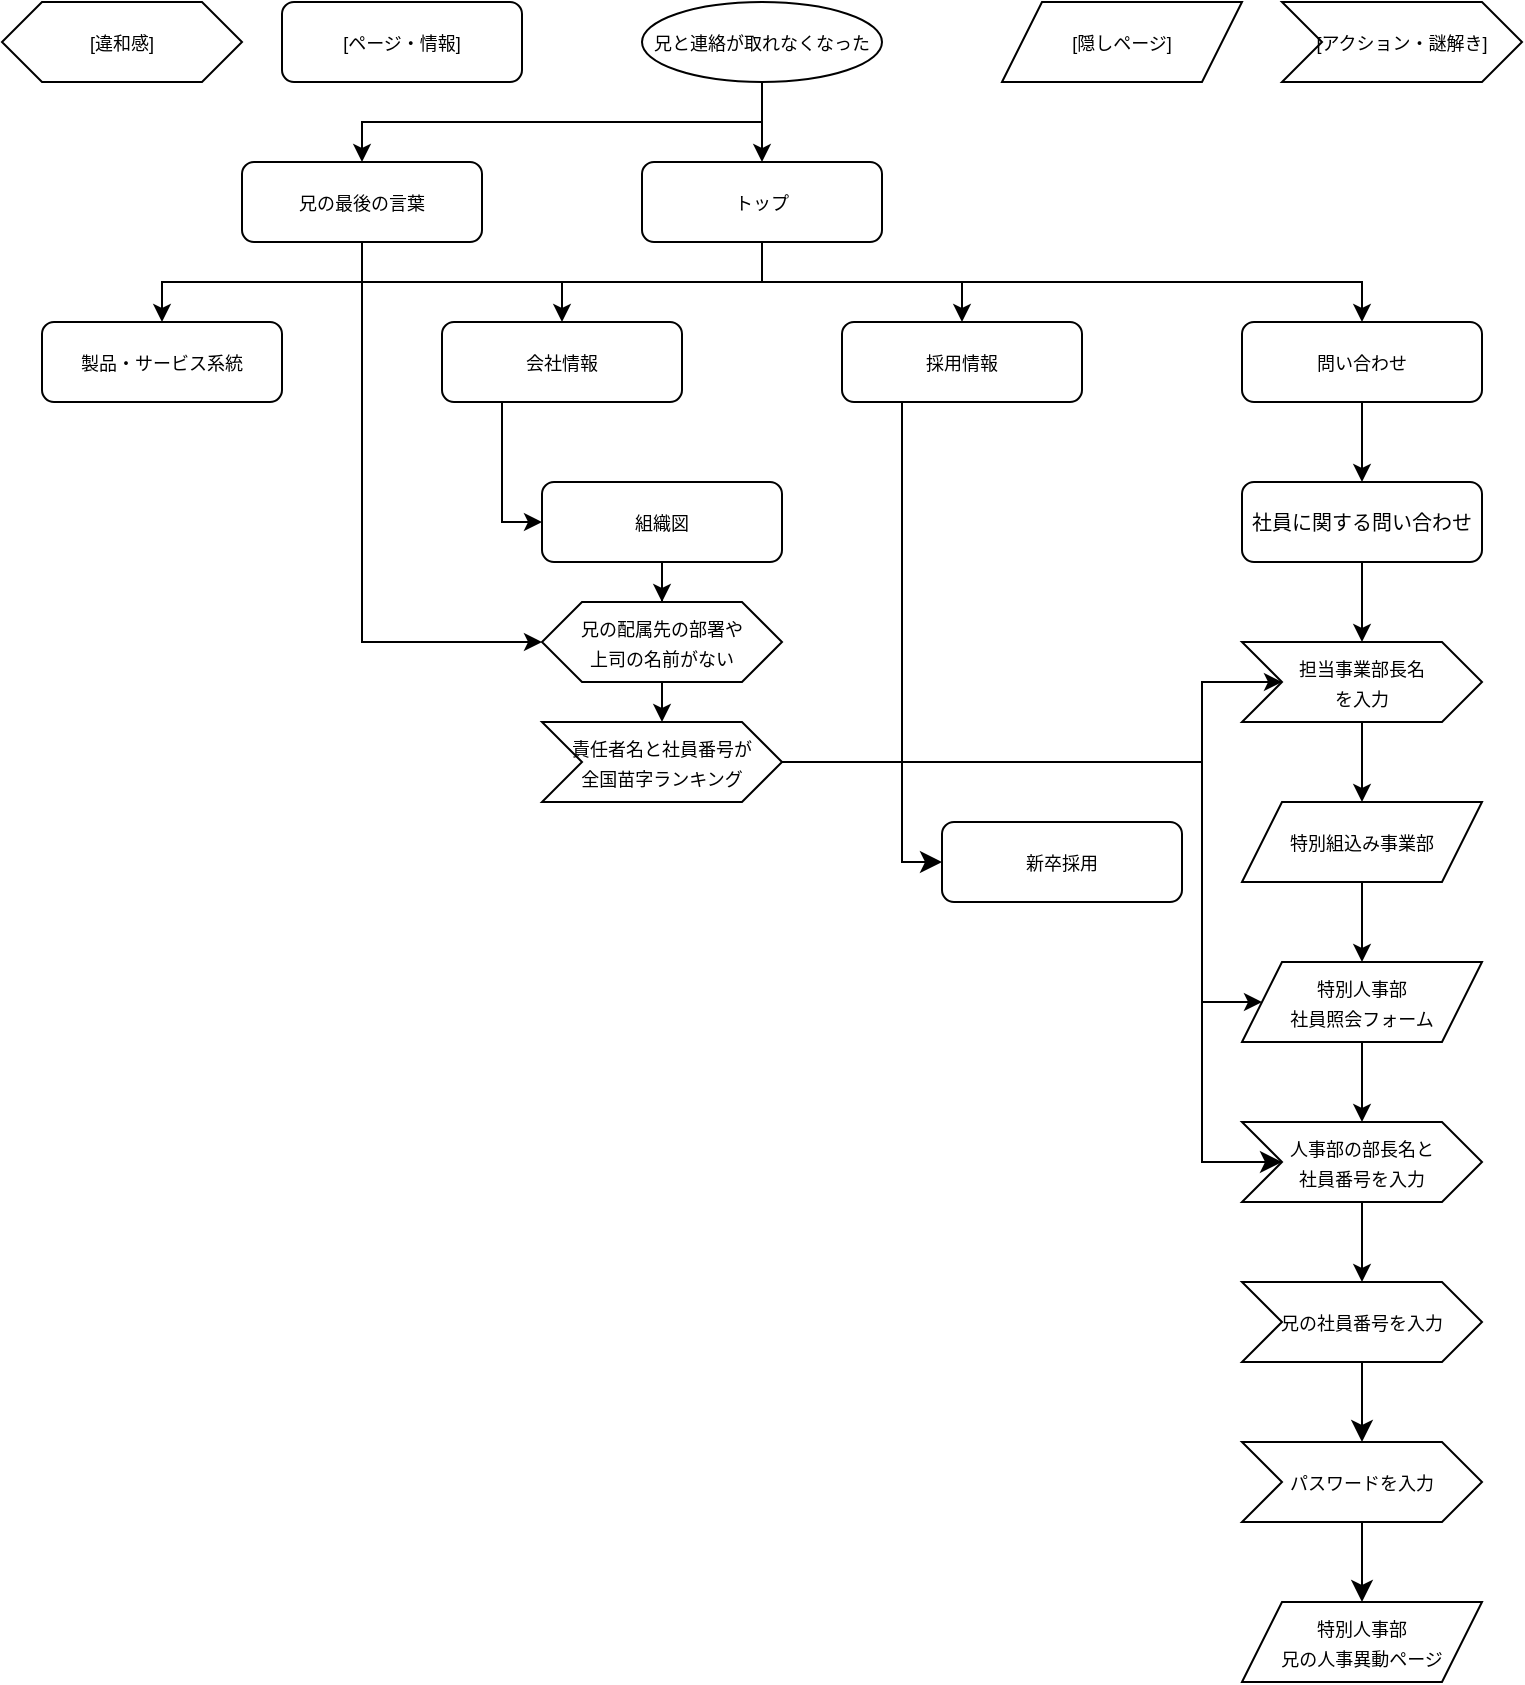
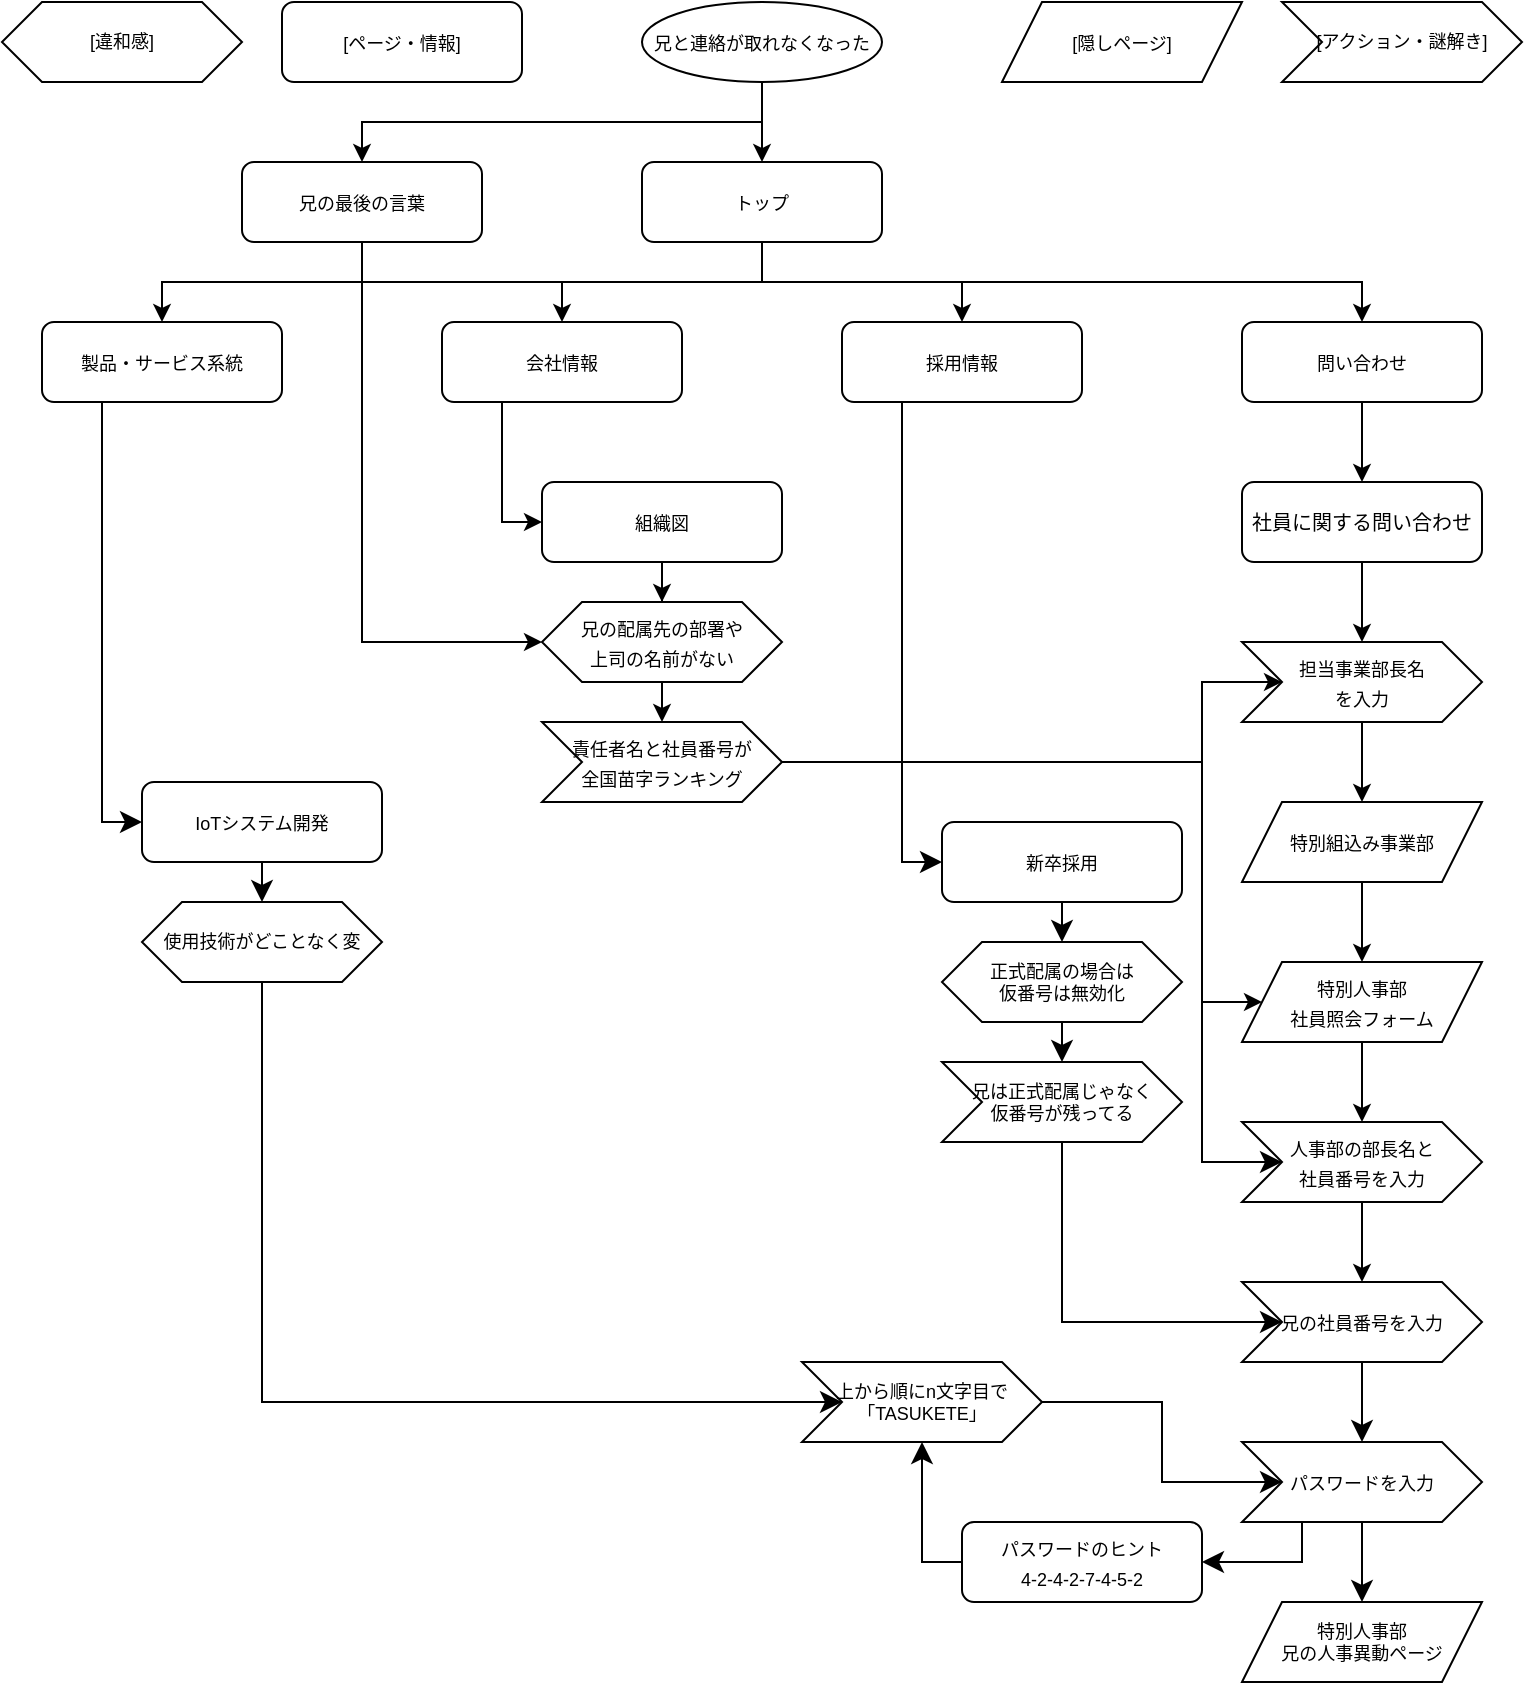
<mxfile host="app.diagrams.net">
  <diagram name="ページ-1" id="SspNnKsi7fuRaBvJYO7E">
    <mxGraphModel dx="824" dy="568" grid="1" gridSize="10" guides="1" tooltips="1" connect="1" arrows="1" fold="1" page="1" pageScale="1" pageWidth="800" pageHeight="1169" math="0" shadow="0">
      <root>
        <mxCell id="0" />
        <mxCell id="1" parent="0" />
        <mxCell id="Oz_Tc0_ftmsHe5I9UQDS-19" edge="1" parent="1" source="Oz_Tc0_ftmsHe5I9UQDS-2" style="edgeStyle=orthogonalEdgeStyle;rounded=0;orthogonalLoop=1;jettySize=auto;html=1;exitX=0.5;exitY=1;exitDx=0;exitDy=0;" target="Oz_Tc0_ftmsHe5I9UQDS-18">
          <mxGeometry relative="1" as="geometry" />
        </mxCell>
        <mxCell id="Oz_Tc0_ftmsHe5I9UQDS-51" edge="1" parent="1" source="Oz_Tc0_ftmsHe5I9UQDS-2" style="edgeStyle=orthogonalEdgeStyle;rounded=0;orthogonalLoop=1;jettySize=auto;html=1;exitX=0.5;exitY=1;exitDx=0;exitDy=0;entryX=0.5;entryY=0;entryDx=0;entryDy=0;" target="Oz_Tc0_ftmsHe5I9UQDS-55">
          <mxGeometry relative="1" as="geometry">
            <mxPoint x="260" y="120" as="targetPoint" />
          </mxGeometry>
        </mxCell>
        <mxCell id="Oz_Tc0_ftmsHe5I9UQDS-2" parent="1" style="ellipse;whiteSpace=wrap;html=1;" value="&lt;font style=&quot;font-size: 9px;&quot;&gt;兄と連絡が取れなくなった&lt;/font&gt;" vertex="1">
          <mxGeometry height="40" width="120" x="340" y="40" as="geometry" />
        </mxCell>
        <mxCell id="Oz_Tc0_ftmsHe5I9UQDS-24" edge="1" parent="1" source="Oz_Tc0_ftmsHe5I9UQDS-18" style="edgeStyle=orthogonalEdgeStyle;rounded=0;orthogonalLoop=1;jettySize=auto;html=1;exitX=0.5;exitY=1;exitDx=0;exitDy=0;entryX=0.5;entryY=0;entryDx=0;entryDy=0;" target="Oz_Tc0_ftmsHe5I9UQDS-23">
          <mxGeometry relative="1" as="geometry" />
        </mxCell>
        <mxCell id="Oz_Tc0_ftmsHe5I9UQDS-44" edge="1" parent="1" source="Oz_Tc0_ftmsHe5I9UQDS-18" style="edgeStyle=orthogonalEdgeStyle;rounded=0;orthogonalLoop=1;jettySize=auto;html=1;exitX=0.5;exitY=1;exitDx=0;exitDy=0;entryX=0.5;entryY=0;entryDx=0;entryDy=0;" target="Oz_Tc0_ftmsHe5I9UQDS-41">
          <mxGeometry relative="1" as="geometry" />
        </mxCell>
        <mxCell id="Oz_Tc0_ftmsHe5I9UQDS-45" edge="1" parent="1" source="Oz_Tc0_ftmsHe5I9UQDS-18" style="edgeStyle=orthogonalEdgeStyle;rounded=0;orthogonalLoop=1;jettySize=auto;html=1;exitX=0.5;exitY=1;exitDx=0;exitDy=0;entryX=0.5;entryY=0;entryDx=0;entryDy=0;" target="Oz_Tc0_ftmsHe5I9UQDS-42">
          <mxGeometry relative="1" as="geometry" />
        </mxCell>
        <mxCell id="Oz_Tc0_ftmsHe5I9UQDS-46" edge="1" parent="1" source="Oz_Tc0_ftmsHe5I9UQDS-18" style="edgeStyle=orthogonalEdgeStyle;rounded=0;orthogonalLoop=1;jettySize=auto;html=1;exitX=0.5;exitY=1;exitDx=0;exitDy=0;" target="Oz_Tc0_ftmsHe5I9UQDS-43">
          <mxGeometry relative="1" as="geometry" />
        </mxCell>
        <mxCell id="Oz_Tc0_ftmsHe5I9UQDS-18" parent="1" style="rounded=1;whiteSpace=wrap;html=1;" value="&lt;font style=&quot;font-size: 9px;&quot;&gt;トップ&lt;/font&gt;" vertex="1">
          <mxGeometry height="40" width="120" x="340" y="120" as="geometry" />
        </mxCell>
        <mxCell id="Oz_Tc0_ftmsHe5I9UQDS-37" edge="1" parent="1" source="Oz_Tc0_ftmsHe5I9UQDS-69" style="edgeStyle=orthogonalEdgeStyle;rounded=0;orthogonalLoop=1;jettySize=auto;html=1;exitX=0.5;exitY=1;exitDx=0;exitDy=0;entryX=0.5;entryY=0;entryDx=0;entryDy=0;" target="Oz_Tc0_ftmsHe5I9UQDS-35">
          <mxGeometry relative="1" as="geometry" />
        </mxCell>
        <mxCell id="Oz_Tc0_ftmsHe5I9UQDS-25" edge="1" parent="1" source="Oz_Tc0_ftmsHe5I9UQDS-23" style="edgeStyle=orthogonalEdgeStyle;rounded=0;orthogonalLoop=1;jettySize=auto;html=1;exitX=0.5;exitY=1;exitDx=0;exitDy=0;entryX=0.5;entryY=0;entryDx=0;entryDy=0;" target="Oz_Tc0_ftmsHe5I9UQDS-69">
          <mxGeometry relative="1" as="geometry" />
        </mxCell>
        <mxCell id="Oz_Tc0_ftmsHe5I9UQDS-23" parent="1" style="rounded=1;whiteSpace=wrap;html=1;" value="&lt;font style=&quot;font-size: 9px;&quot;&gt;問い合わせ&lt;/font&gt;" vertex="1">
          <mxGeometry height="40" width="120" x="640" y="200" as="geometry" />
        </mxCell>
        <mxCell id="Oz_Tc0_ftmsHe5I9UQDS-27" parent="1" style="rounded=1;whiteSpace=wrap;html=1;" value="&lt;font style=&quot;font-size: 9px;&quot;&gt;[ページ・情報]&lt;/font&gt;" vertex="1">
          <mxGeometry height="40" width="120" x="160" y="40" as="geometry" />
        </mxCell>
-         <mxCell id="Oz_Tc0_ftmsHe5I9UQDS-29" parent="1" style="shape=hexagon;perimeter=hexagonPerimeter2;whiteSpace=wrap;html=1;fixedSize=1;" value="&lt;font style=&quot;font-size: 9px;&quot;&gt;[違和感]&lt;/font&gt;" vertex="1">
+         <mxCell id="Oz_Tc0_ftmsHe5I9UQDS-29" parent="1" style="shape=hexagon;perimeter=hexagonPerimeter2;whiteSpace=wrap;html=1;fixedSize=1;fontSize=9;" value="&lt;font&gt;[違和感]&lt;/font&gt;" vertex="1">
          <mxGeometry height="40" width="120" x="20" y="40" as="geometry" />
        </mxCell>
        <mxCell id="Oz_Tc0_ftmsHe5I9UQDS-31" parent="1" style="shape=parallelogram;perimeter=parallelogramPerimeter;whiteSpace=wrap;html=1;fixedSize=1;" value="&lt;font style=&quot;font-size: 9px;&quot;&gt;[隠しページ]&lt;/font&gt;" vertex="1">
          <mxGeometry height="40" width="120" x="520" y="40" as="geometry" />
        </mxCell>
-         <mxCell id="Oz_Tc0_ftmsHe5I9UQDS-34" parent="1" style="shape=step;perimeter=stepPerimeter;whiteSpace=wrap;html=1;fixedSize=1;" value="&lt;font style=&quot;font-size: 9px;&quot;&gt;[アクション・謎解き]&lt;/font&gt;" vertex="1">
+         <mxCell id="Oz_Tc0_ftmsHe5I9UQDS-34" parent="1" style="shape=step;perimeter=stepPerimeter;whiteSpace=wrap;html=1;fixedSize=1;fontSize=9;" value="&lt;font&gt;[アクション・謎解き]&lt;/font&gt;" vertex="1">
          <mxGeometry height="40" width="120" x="660" y="40" as="geometry" />
        </mxCell>
        <mxCell id="Oz_Tc0_ftmsHe5I9UQDS-39" edge="1" parent="1" source="Oz_Tc0_ftmsHe5I9UQDS-35" style="edgeStyle=orthogonalEdgeStyle;rounded=0;orthogonalLoop=1;jettySize=auto;html=1;exitX=0.5;exitY=1;exitDx=0;exitDy=0;entryX=0.5;entryY=0;entryDx=0;entryDy=0;" target="Oz_Tc0_ftmsHe5I9UQDS-38">
          <mxGeometry relative="1" as="geometry" />
        </mxCell>
        <mxCell id="Oz_Tc0_ftmsHe5I9UQDS-35" parent="1" style="shape=step;perimeter=stepPerimeter;whiteSpace=wrap;html=1;fixedSize=1;" value="&lt;font style=&quot;font-size: 9px;&quot;&gt;担当事業部長名&lt;/font&gt;&lt;div&gt;&lt;span style=&quot;font-size: 9px; background-color: transparent; color: light-dark(rgb(0, 0, 0), rgb(255, 255, 255));&quot;&gt;を入力&lt;/span&gt;&lt;/div&gt;" vertex="1">
          <mxGeometry height="40" width="120" x="640" y="360" as="geometry" />
        </mxCell>
        <mxCell id="yNmSESkKe9NjBtatHqW6-9" edge="1" parent="1" source="Oz_Tc0_ftmsHe5I9UQDS-38" style="edgeStyle=orthogonalEdgeStyle;rounded=0;orthogonalLoop=1;jettySize=auto;html=1;exitX=0.5;exitY=1;exitDx=0;exitDy=0;" target="yNmSESkKe9NjBtatHqW6-6">
          <mxGeometry relative="1" as="geometry" />
        </mxCell>
        <mxCell id="Oz_Tc0_ftmsHe5I9UQDS-38" parent="1" style="shape=parallelogram;perimeter=parallelogramPerimeter;whiteSpace=wrap;html=1;fixedSize=1;" value="&lt;font style=&quot;font-size: 9px;&quot;&gt;特別組込み事業部&lt;/font&gt;" vertex="1">
          <mxGeometry height="40" width="120" x="640" y="440" as="geometry" />
        </mxCell>
        <mxCell id="8jVOORBlu2fCqjkz3l5s-9" edge="1" parent="1" source="Oz_Tc0_ftmsHe5I9UQDS-41" style="edgeStyle=none;curved=0;rounded=0;orthogonalLoop=1;jettySize=auto;html=1;exitX=0.25;exitY=1;exitDx=0;exitDy=0;entryX=0;entryY=0.5;entryDx=0;entryDy=0;fontSize=12;startSize=8;endSize=8;" target="8jVOORBlu2fCqjkz3l5s-8">
          <mxGeometry relative="1" as="geometry">
            <Array as="points">
              <mxPoint x="470" y="470" />
            </Array>
          </mxGeometry>
        </mxCell>
        <mxCell id="Oz_Tc0_ftmsHe5I9UQDS-41" parent="1" style="rounded=1;whiteSpace=wrap;html=1;" value="&lt;font style=&quot;font-size: 9px;&quot;&gt;採用情報&lt;/font&gt;" vertex="1">
          <mxGeometry height="40" width="120" x="440" y="200" as="geometry" />
        </mxCell>
        <mxCell id="Oz_Tc0_ftmsHe5I9UQDS-48" edge="1" parent="1" source="Oz_Tc0_ftmsHe5I9UQDS-42" style="edgeStyle=orthogonalEdgeStyle;rounded=0;orthogonalLoop=1;jettySize=auto;html=1;exitX=0.25;exitY=1;exitDx=0;exitDy=0;entryX=0;entryY=0.5;entryDx=0;entryDy=0;" target="Oz_Tc0_ftmsHe5I9UQDS-47">
          <mxGeometry relative="1" as="geometry" />
        </mxCell>
        <mxCell id="Oz_Tc0_ftmsHe5I9UQDS-42" parent="1" style="rounded=1;whiteSpace=wrap;html=1;" value="&lt;font style=&quot;font-size: 9px;&quot;&gt;会社情報&lt;/font&gt;" vertex="1">
          <mxGeometry height="40" width="120" x="240" y="200" as="geometry" />
        </mxCell>
+         <mxCell id="8jVOORBlu2fCqjkz3l5s-18" edge="1" parent="1" source="Oz_Tc0_ftmsHe5I9UQDS-43" style="edgeStyle=none;curved=0;rounded=0;orthogonalLoop=1;jettySize=auto;html=1;exitX=0.25;exitY=1;exitDx=0;exitDy=0;fontSize=12;startSize=8;endSize=8;" target="8jVOORBlu2fCqjkz3l5s-16">
+           <mxGeometry relative="1" as="geometry">
+             <Array as="points">
+               <mxPoint x="70" y="450" />
+             </Array>
+           </mxGeometry>
+         </mxCell>
        <mxCell id="Oz_Tc0_ftmsHe5I9UQDS-43" parent="1" style="rounded=1;whiteSpace=wrap;html=1;" value="&lt;font style=&quot;font-size: 9px;&quot;&gt;製品・サービス系統&lt;/font&gt;" vertex="1">
          <mxGeometry height="40" width="120" x="40" y="200" as="geometry" />
        </mxCell>
        <mxCell id="Oz_Tc0_ftmsHe5I9UQDS-62" edge="1" parent="1" source="Oz_Tc0_ftmsHe5I9UQDS-47" style="edgeStyle=orthogonalEdgeStyle;rounded=0;orthogonalLoop=1;jettySize=auto;html=1;exitX=0.5;exitY=1;exitDx=0;exitDy=0;" target="Oz_Tc0_ftmsHe5I9UQDS-49">
          <mxGeometry relative="1" as="geometry" />
        </mxCell>
        <mxCell id="Oz_Tc0_ftmsHe5I9UQDS-47" parent="1" style="rounded=1;whiteSpace=wrap;html=1;" value="&lt;font style=&quot;font-size: 9px;&quot;&gt;組織図&lt;/font&gt;" vertex="1">
          <mxGeometry height="40" width="120" x="290" y="280" as="geometry" />
        </mxCell>
        <mxCell id="Oz_Tc0_ftmsHe5I9UQDS-64" edge="1" parent="1" source="Oz_Tc0_ftmsHe5I9UQDS-49" style="edgeStyle=orthogonalEdgeStyle;rounded=0;orthogonalLoop=1;jettySize=auto;html=1;exitX=0.5;exitY=1;exitDx=0;exitDy=0;entryX=0.5;entryY=0;entryDx=0;entryDy=0;" target="Oz_Tc0_ftmsHe5I9UQDS-63">
          <mxGeometry relative="1" as="geometry" />
        </mxCell>
        <mxCell id="Oz_Tc0_ftmsHe5I9UQDS-49" parent="1" style="shape=hexagon;perimeter=hexagonPerimeter2;whiteSpace=wrap;html=1;fixedSize=1;" value="&lt;font style=&quot;font-size: 9px;&quot;&gt;兄の配属先の&lt;/font&gt;&lt;font style=&quot;background-color: transparent; color: light-dark(rgb(0, 0, 0), rgb(255, 255, 255)); font-size: 9px;&quot;&gt;部署や&lt;/font&gt;&lt;div&gt;&lt;font style=&quot;background-color: transparent; color: light-dark(rgb(0, 0, 0), rgb(255, 255, 255)); font-size: 9px;&quot;&gt;上司の&lt;/font&gt;&lt;span style=&quot;background-color: transparent; color: light-dark(rgb(0, 0, 0), rgb(255, 255, 255)); font-size: 9px;&quot;&gt;名前がない&lt;/span&gt;&lt;/div&gt;" vertex="1">
          <mxGeometry height="40" width="120" x="290" y="340" as="geometry" />
        </mxCell>
        <mxCell id="Oz_Tc0_ftmsHe5I9UQDS-57" edge="1" parent="1" source="Oz_Tc0_ftmsHe5I9UQDS-55" style="edgeStyle=orthogonalEdgeStyle;rounded=0;orthogonalLoop=1;jettySize=auto;html=1;exitX=0.5;exitY=1;exitDx=0;exitDy=0;entryX=0;entryY=0.5;entryDx=0;entryDy=0;" target="Oz_Tc0_ftmsHe5I9UQDS-49">
          <mxGeometry relative="1" as="geometry" />
        </mxCell>
        <mxCell id="Oz_Tc0_ftmsHe5I9UQDS-55" parent="1" style="rounded=1;whiteSpace=wrap;html=1;" value="&lt;font style=&quot;font-size: 9px;&quot;&gt;兄の最後の言葉&lt;/font&gt;" vertex="1">
          <mxGeometry height="40" width="120" x="140" y="120" as="geometry" />
        </mxCell>
        <mxCell id="Oz_Tc0_ftmsHe5I9UQDS-65" edge="1" parent="1" source="Oz_Tc0_ftmsHe5I9UQDS-63" style="edgeStyle=orthogonalEdgeStyle;rounded=0;orthogonalLoop=1;jettySize=auto;html=1;exitX=1;exitY=0.5;exitDx=0;exitDy=0;entryX=0;entryY=0.5;entryDx=0;entryDy=0;" target="Oz_Tc0_ftmsHe5I9UQDS-35">
          <mxGeometry relative="1" as="geometry">
            <Array as="points">
              <mxPoint x="620" y="420" />
              <mxPoint x="620" y="380" />
            </Array>
          </mxGeometry>
        </mxCell>
        <mxCell id="yNmSESkKe9NjBtatHqW6-3" edge="1" parent="1" source="Oz_Tc0_ftmsHe5I9UQDS-63" style="edgeStyle=orthogonalEdgeStyle;rounded=0;orthogonalLoop=1;jettySize=auto;html=1;exitX=1;exitY=0.5;exitDx=0;exitDy=0;entryX=0;entryY=0.5;entryDx=0;entryDy=0;" target="yNmSESkKe9NjBtatHqW6-6">
          <mxGeometry relative="1" as="geometry">
            <Array as="points">
              <mxPoint x="620" y="420" />
              <mxPoint x="620" y="540" />
            </Array>
            <mxPoint x="660" y="540" as="targetPoint" />
          </mxGeometry>
        </mxCell>
        <mxCell id="8jVOORBlu2fCqjkz3l5s-7" edge="1" parent="1" source="Oz_Tc0_ftmsHe5I9UQDS-63" style="edgeStyle=none;curved=0;rounded=0;orthogonalLoop=1;jettySize=auto;html=1;exitX=1;exitY=0.5;exitDx=0;exitDy=0;entryX=0;entryY=0.5;entryDx=0;entryDy=0;fontSize=12;startSize=8;endSize=8;strokeColor=default;" target="yNmSESkKe9NjBtatHqW6-10">
          <mxGeometry relative="1" as="geometry">
            <Array as="points">
              <mxPoint x="620" y="420" />
              <mxPoint x="620" y="620" />
            </Array>
          </mxGeometry>
        </mxCell>
        <mxCell id="Oz_Tc0_ftmsHe5I9UQDS-63" parent="1" style="shape=step;perimeter=stepPerimeter;whiteSpace=wrap;html=1;fixedSize=1;" value="&lt;font style=&quot;font-size: 9px;&quot;&gt;責任者名と社員番号が&lt;/font&gt;&lt;div&gt;&lt;div&gt;&lt;font style=&quot;font-size: 9px;&quot;&gt;全国苗字ランキング&lt;/font&gt;&lt;/div&gt;&lt;/div&gt;" vertex="1">
          <mxGeometry height="40" width="120" x="290" y="400" as="geometry" />
        </mxCell>
        <mxCell id="Oz_Tc0_ftmsHe5I9UQDS-69" parent="1" style="rounded=1;whiteSpace=wrap;html=1;" value="&lt;font size=&quot;1&quot;&gt;社員に関する問い合わせ&lt;/font&gt;" vertex="1">
          <mxGeometry height="40" width="120" x="640" y="280" as="geometry" />
        </mxCell>
        <mxCell id="yNmSESkKe9NjBtatHqW6-11" edge="1" parent="1" source="yNmSESkKe9NjBtatHqW6-6" style="edgeStyle=orthogonalEdgeStyle;rounded=0;orthogonalLoop=1;jettySize=auto;html=1;exitX=0.5;exitY=1;exitDx=0;exitDy=0;entryX=0.5;entryY=0;entryDx=0;entryDy=0;" target="yNmSESkKe9NjBtatHqW6-10">
          <mxGeometry relative="1" as="geometry" />
        </mxCell>
        <mxCell id="yNmSESkKe9NjBtatHqW6-6" parent="1" style="shape=parallelogram;perimeter=parallelogramPerimeter;whiteSpace=wrap;html=1;fixedSize=1;" value="&lt;font style=&quot;font-size: 9px;&quot;&gt;特別人事部&lt;/font&gt;&lt;div&gt;&lt;font style=&quot;font-size: 9px;&quot;&gt;社員照会フォーム&lt;/font&gt;&lt;/div&gt;" vertex="1">
          <mxGeometry height="40" width="120" x="640" y="520" as="geometry" />
        </mxCell>
        <mxCell id="yNmSESkKe9NjBtatHqW6-13" edge="1" parent="1" source="yNmSESkKe9NjBtatHqW6-10" style="edgeStyle=orthogonalEdgeStyle;rounded=0;orthogonalLoop=1;jettySize=auto;html=1;exitX=0.5;exitY=1;exitDx=0;exitDy=0;entryX=0.5;entryY=0;entryDx=0;entryDy=0;" target="yNmSESkKe9NjBtatHqW6-12">
          <mxGeometry relative="1" as="geometry" />
        </mxCell>
        <mxCell id="yNmSESkKe9NjBtatHqW6-10" parent="1" style="shape=step;perimeter=stepPerimeter;whiteSpace=wrap;html=1;fixedSize=1;" value="&lt;font style=&quot;font-size: 9px;&quot;&gt;人事部の部長名と&lt;/font&gt;&lt;div&gt;&lt;font style=&quot;font-size: 9px;&quot;&gt;社員番号を入力&lt;/font&gt;&lt;/div&gt;" vertex="1">
          <mxGeometry height="40" width="120" x="640" y="600" as="geometry" />
        </mxCell>
        <mxCell id="8jVOORBlu2fCqjkz3l5s-2" edge="1" parent="1" source="yNmSESkKe9NjBtatHqW6-12" style="edgeStyle=none;curved=1;rounded=0;orthogonalLoop=1;jettySize=auto;html=1;exitX=0.5;exitY=1;exitDx=0;exitDy=0;entryX=0.5;entryY=0;entryDx=0;entryDy=0;fontSize=12;startSize=8;endSize=8;" target="8jVOORBlu2fCqjkz3l5s-1">
          <mxGeometry relative="1" as="geometry" />
        </mxCell>
        <mxCell id="yNmSESkKe9NjBtatHqW6-12" parent="1" style="shape=step;perimeter=stepPerimeter;whiteSpace=wrap;html=1;fixedSize=1;" value="&lt;font style=&quot;font-size: 9px;&quot;&gt;兄の社員番号を入力&lt;/font&gt;" vertex="1">
          <mxGeometry height="40" width="120" x="640" y="680" as="geometry" />
        </mxCell>
        <mxCell id="8jVOORBlu2fCqjkz3l5s-4" edge="1" parent="1" source="8jVOORBlu2fCqjkz3l5s-1" style="edgeStyle=none;curved=1;rounded=0;orthogonalLoop=1;jettySize=auto;html=1;exitX=0.5;exitY=1;exitDx=0;exitDy=0;entryX=0.5;entryY=0;entryDx=0;entryDy=0;fontSize=12;startSize=8;endSize=8;" target="8jVOORBlu2fCqjkz3l5s-3">
          <mxGeometry relative="1" as="geometry" />
        </mxCell>
+         <mxCell id="8jVOORBlu2fCqjkz3l5s-22" edge="1" parent="1" source="8jVOORBlu2fCqjkz3l5s-1" style="edgeStyle=none;curved=0;rounded=0;orthogonalLoop=1;jettySize=auto;html=1;exitX=0.25;exitY=1;exitDx=0;exitDy=0;entryX=1;entryY=0.5;entryDx=0;entryDy=0;fontSize=12;startSize=8;endSize=8;">
+           <mxGeometry relative="1" as="geometry">
+             <Array as="points">
+               <mxPoint x="670" y="820" />
+             </Array>
+             <mxPoint x="620" y="820" as="targetPoint" />
+           </mxGeometry>
+         </mxCell>
        <mxCell id="8jVOORBlu2fCqjkz3l5s-1" parent="1" style="shape=step;perimeter=stepPerimeter;whiteSpace=wrap;html=1;fixedSize=1;" value="&lt;font style=&quot;font-size: 9px;&quot;&gt;パスワードを入力&lt;/font&gt;" vertex="1">
          <mxGeometry height="40" width="120" x="640" y="760" as="geometry" />
        </mxCell>
-         <mxCell id="8jVOORBlu2fCqjkz3l5s-3" parent="1" style="shape=parallelogram;perimeter=parallelogramPerimeter;whiteSpace=wrap;html=1;fixedSize=1;" value="&lt;font style=&quot;font-size: 9px;&quot;&gt;特別人事部&lt;/font&gt;&lt;div&gt;&lt;font style=&quot;font-size: 9px;&quot;&gt;兄の人事異動ページ&lt;/font&gt;&lt;/div&gt;" vertex="1">
+         <mxCell id="8jVOORBlu2fCqjkz3l5s-3" parent="1" style="shape=parallelogram;perimeter=parallelogramPerimeter;whiteSpace=wrap;html=1;fixedSize=1;fontSize=9;" value="&lt;font&gt;特別人事部&lt;/font&gt;&lt;div&gt;&lt;font&gt;兄の人事異動ページ&lt;/font&gt;&lt;/div&gt;" vertex="1">
          <mxGeometry height="40" width="120" x="640" y="840" as="geometry" />
+         </mxCell>
+         <mxCell id="8jVOORBlu2fCqjkz3l5s-12" edge="1" parent="1" source="8jVOORBlu2fCqjkz3l5s-8" style="edgeStyle=none;curved=1;rounded=0;orthogonalLoop=1;jettySize=auto;html=1;exitX=0.5;exitY=1;exitDx=0;exitDy=0;entryX=0.5;entryY=0;entryDx=0;entryDy=0;fontSize=12;startSize=8;endSize=8;" target="8jVOORBlu2fCqjkz3l5s-10">
+           <mxGeometry relative="1" as="geometry" />
        </mxCell>
        <mxCell id="8jVOORBlu2fCqjkz3l5s-8" parent="1" style="rounded=1;whiteSpace=wrap;html=1;" value="&lt;font style=&quot;font-size: 9px;&quot;&gt;新卒採用&lt;/font&gt;" vertex="1">
          <mxGeometry height="40" width="120" x="490" y="450" as="geometry" />
+         </mxCell>
+         <mxCell id="8jVOORBlu2fCqjkz3l5s-14" edge="1" parent="1" source="8jVOORBlu2fCqjkz3l5s-10" style="edgeStyle=none;curved=1;rounded=0;orthogonalLoop=1;jettySize=auto;html=1;exitX=0.5;exitY=1;exitDx=0;exitDy=0;entryX=0.5;entryY=0;entryDx=0;entryDy=0;fontSize=12;startSize=8;endSize=8;" target="8jVOORBlu2fCqjkz3l5s-13">
+           <mxGeometry relative="1" as="geometry" />
+         </mxCell>
+         <mxCell id="8jVOORBlu2fCqjkz3l5s-10" parent="1" style="shape=hexagon;perimeter=hexagonPerimeter2;whiteSpace=wrap;html=1;fixedSize=1;fontSize=9;" value="&lt;font&gt;正式配属の場合は&lt;/font&gt;&lt;div&gt;&lt;font&gt;仮番号は無効化&lt;/font&gt;&lt;/div&gt;" vertex="1">
+           <mxGeometry height="40" width="120" x="490" y="510" as="geometry" />
+         </mxCell>
+         <mxCell id="8jVOORBlu2fCqjkz3l5s-15" edge="1" parent="1" source="8jVOORBlu2fCqjkz3l5s-13" style="edgeStyle=none;curved=0;rounded=0;orthogonalLoop=1;jettySize=auto;html=1;exitX=0.5;exitY=1;exitDx=0;exitDy=0;entryX=0;entryY=0.5;entryDx=0;entryDy=0;fontSize=12;startSize=8;endSize=8;" target="yNmSESkKe9NjBtatHqW6-12">
+           <mxGeometry relative="1" as="geometry">
+             <Array as="points">
+               <mxPoint x="550" y="700" />
+             </Array>
+           </mxGeometry>
+         </mxCell>
+         <mxCell id="8jVOORBlu2fCqjkz3l5s-13" parent="1" style="shape=step;perimeter=stepPerimeter;whiteSpace=wrap;html=1;fixedSize=1;fontSize=9;" value="&lt;font&gt;兄は正式配属じゃなく&lt;/font&gt;&lt;div&gt;&lt;font&gt;仮番号が残ってる&lt;/font&gt;&lt;/div&gt;" vertex="1">
+           <mxGeometry height="40" width="120" x="490" y="570" as="geometry" />
+         </mxCell>
+         <mxCell id="8jVOORBlu2fCqjkz3l5s-20" edge="1" parent="1" source="8jVOORBlu2fCqjkz3l5s-16" style="edgeStyle=none;curved=1;rounded=0;orthogonalLoop=1;jettySize=auto;html=1;exitX=0.5;exitY=1;exitDx=0;exitDy=0;entryX=0.5;entryY=0;entryDx=0;entryDy=0;fontSize=12;startSize=8;endSize=8;" target="8jVOORBlu2fCqjkz3l5s-19">
+           <mxGeometry relative="1" as="geometry" />
+         </mxCell>
+         <mxCell id="8jVOORBlu2fCqjkz3l5s-16" parent="1" style="rounded=1;whiteSpace=wrap;html=1;" value="&lt;font style=&quot;font-size: 9px;&quot;&gt;IoTシステム開発&lt;/font&gt;" vertex="1">
+           <mxGeometry height="40" width="120" x="90" y="430" as="geometry" />
+         </mxCell>
+         <mxCell id="8jVOORBlu2fCqjkz3l5s-26" edge="1" parent="1" source="8jVOORBlu2fCqjkz3l5s-19" style="edgeStyle=none;curved=0;rounded=0;orthogonalLoop=1;jettySize=auto;html=1;exitX=0.5;exitY=1;exitDx=0;exitDy=0;entryX=0;entryY=0.5;entryDx=0;entryDy=0;fontSize=12;startSize=8;endSize=8;" target="8jVOORBlu2fCqjkz3l5s-23">
+           <mxGeometry relative="1" as="geometry">
+             <Array as="points">
+               <mxPoint x="150" y="740" />
+             </Array>
+           </mxGeometry>
+         </mxCell>
+         <mxCell id="8jVOORBlu2fCqjkz3l5s-19" parent="1" style="shape=hexagon;perimeter=hexagonPerimeter2;whiteSpace=wrap;html=1;fixedSize=1;fontSize=9;" value="&lt;font&gt;使用技術がどことなく&lt;/font&gt;&lt;span style=&quot;background-color: transparent; color: light-dark(rgb(0, 0, 0), rgb(255, 255, 255));&quot;&gt;変&lt;/span&gt;" vertex="1">
+           <mxGeometry height="40" width="120" x="90" y="490" as="geometry" />
+         </mxCell>
+         <mxCell id="8jVOORBlu2fCqjkz3l5s-25" edge="1" parent="1" source="8jVOORBlu2fCqjkz3l5s-23" style="edgeStyle=none;curved=0;rounded=0;orthogonalLoop=1;jettySize=auto;html=1;exitX=1;exitY=0.5;exitDx=0;exitDy=0;entryX=0;entryY=0.5;entryDx=0;entryDy=0;fontSize=12;startSize=8;endSize=8;" target="8jVOORBlu2fCqjkz3l5s-1">
+           <mxGeometry relative="1" as="geometry">
+             <Array as="points">
+               <mxPoint x="600" y="740" />
+               <mxPoint x="600" y="780" />
+             </Array>
+           </mxGeometry>
+         </mxCell>
+         <mxCell id="8jVOORBlu2fCqjkz3l5s-23" parent="1" style="shape=step;perimeter=stepPerimeter;whiteSpace=wrap;html=1;fixedSize=1;fontSize=9;" value="&lt;font&gt;上から順にn文字目で&lt;/font&gt;&lt;div&gt;&lt;font&gt;「TASUKETE」&lt;/font&gt;&lt;/div&gt;" vertex="1">
+           <mxGeometry height="40" width="120" x="420" y="720" as="geometry" />
+         </mxCell>
+         <mxCell id="8jVOORBlu2fCqjkz3l5s-24" edge="1" parent="1" style="edgeStyle=none;curved=0;rounded=0;orthogonalLoop=1;jettySize=auto;html=1;exitX=0;exitY=0.5;exitDx=0;exitDy=0;entryX=0.5;entryY=1;entryDx=0;entryDy=0;fontSize=12;startSize=8;endSize=8;" target="8jVOORBlu2fCqjkz3l5s-23">
+           <mxGeometry relative="1" as="geometry">
+             <Array as="points">
+               <mxPoint x="480" y="820" />
+             </Array>
+             <mxPoint x="500" y="820" as="sourcePoint" />
+           </mxGeometry>
+         </mxCell>
+         <mxCell id="8jVOORBlu2fCqjkz3l5s-27" parent="1" style="rounded=1;whiteSpace=wrap;html=1;" value="&lt;font style=&quot;font-size: 9px;&quot;&gt;パスワードのヒント&lt;/font&gt;&lt;div&gt;&lt;font style=&quot;font-size: 9px;&quot;&gt;4-2-4-2-7-4-5-2&lt;/font&gt;&lt;/div&gt;" vertex="1">
+           <mxGeometry height="40" width="120" x="500" y="800" as="geometry" />
        </mxCell>
      </root>
    </mxGraphModel>
  </diagram>
</mxfile>
